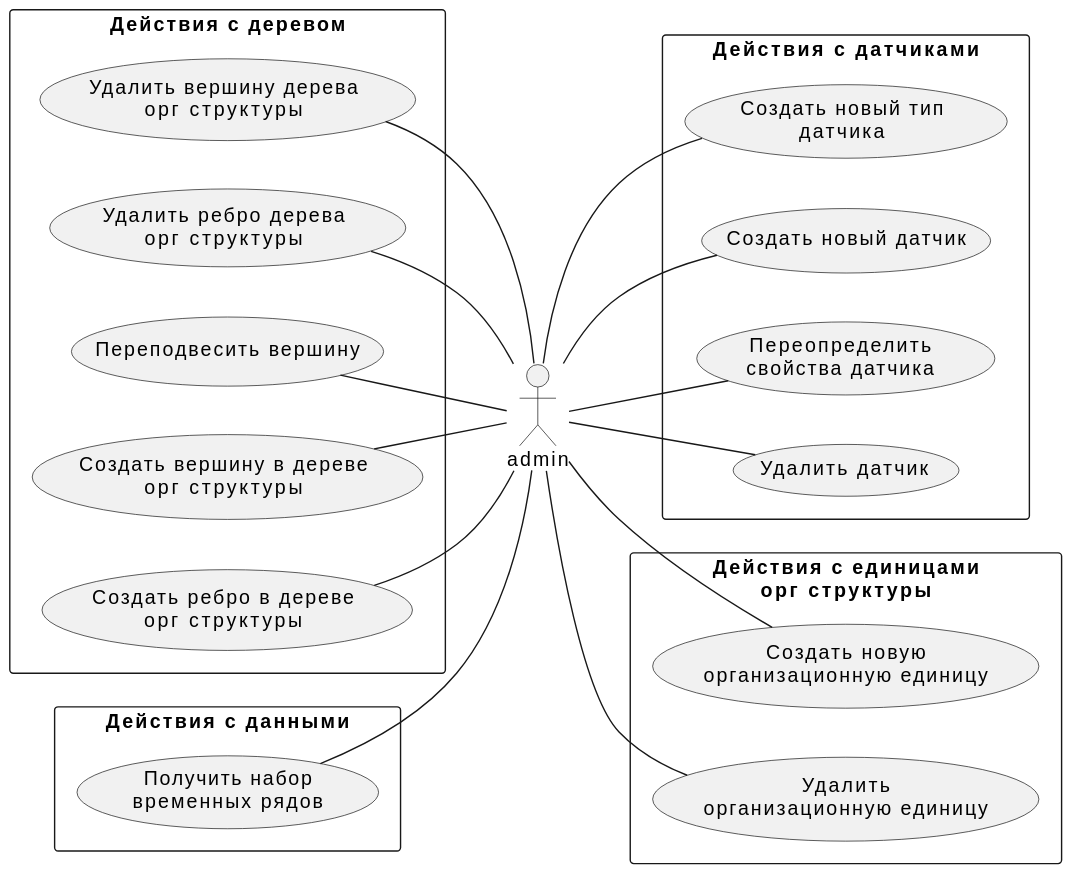
EngineerXL/diploma keeps this PlantUML diagram as img/usecases.svg. Above is the earlier version. The source it was exported from:
```plantuml
@startuml
left to right direction
skinparam packageStyle rect

actor admin

rectangle "Действия с деревом" {
  admin -up- (Создать ребро в дереве\nорг структуры)
  admin -up- (Создать вершину в дереве\nорг структуры)
  admin -up- (Переподвесить вершину)
  admin -up- (Удалить ребро дерева\nорг структуры)
  admin -up- (Удалить вершину дерева\nорг структуры)
}

rectangle "Действия с данными" {
  admin -up- (Получить набор\nвременных рядов)
}

rectangle "Действия с датчиками" {
  admin -down- (Создать новый тип\nдатчика)
  admin -down- (Создать новый датчик)
  admin -down- (Переопределить\nсвойства датчика)
  admin -down- (Удалить датчик)
}

rectangle "Действия с единицами\nорг структуры" {
  admin -down- (Создать новую\nорганизационную единицу)
  admin -down- (Удалить\nорганизационную единицу)
}
@enduml
```
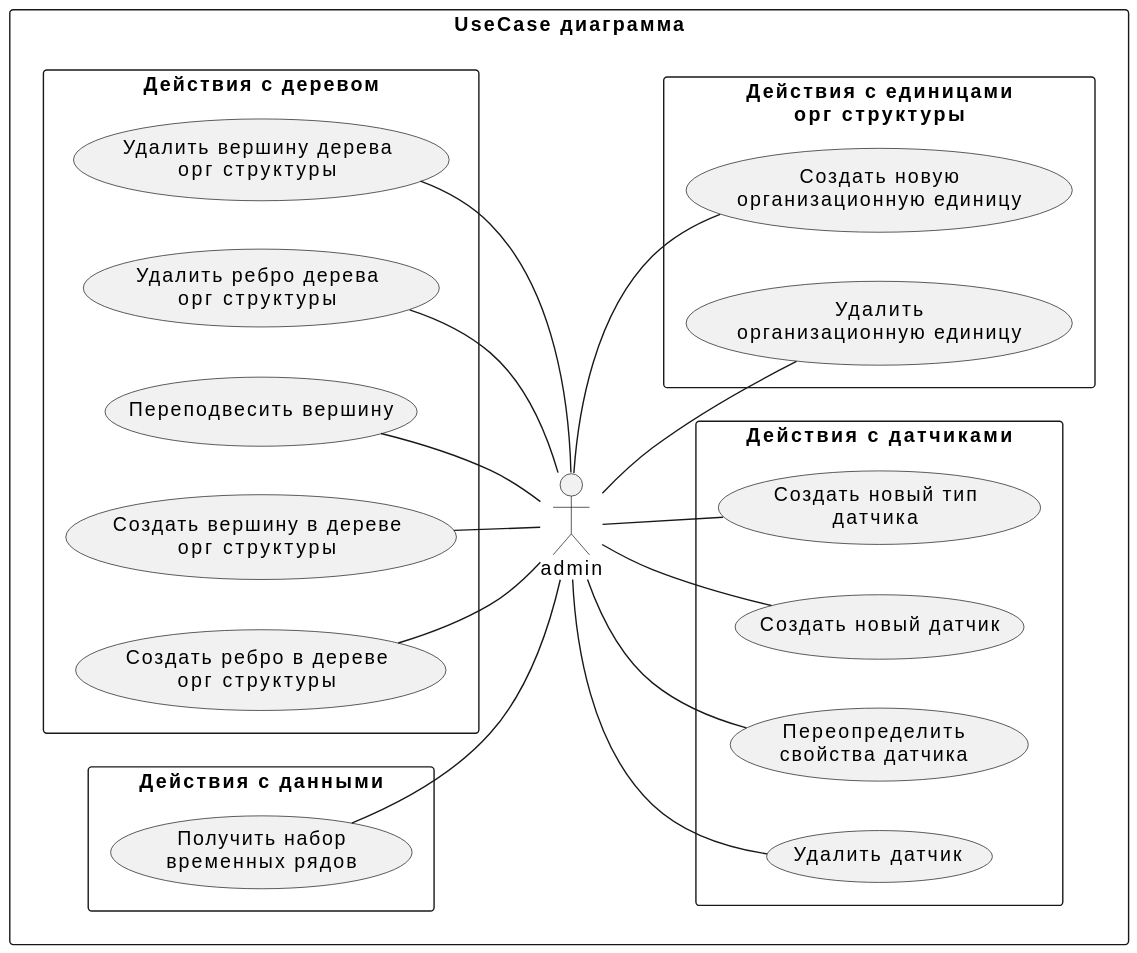
Later version of the same file.

Change to the diagram source:
```diff
@@ -2,29 +2,31 @@
 left to right direction
 skinparam packageStyle rect
 
-actor admin
+rectangle "UseCase диаграмма"{
+  actor admin
 
-rectangle "Действия с деревом" {
-  admin -up- (Создать ребро в дереве\nорг структуры)
-  admin -up- (Создать вершину в дереве\nорг структуры)
-  admin -up- (Переподвесить вершину)
-  admin -up- (Удалить ребро дерева\nорг структуры)
-  admin -up- (Удалить вершину дерева\nорг структуры)
-}
+  rectangle "Действия с деревом" {
+    admin -up- (Создать ребро в дереве\nорг структуры)
+    admin -up- (Создать вершину в дереве\nорг структуры)
+    admin -up- (Переподвесить вершину)
+    admin -up- (Удалить ребро дерева\nорг структуры)
+    admin -up- (Удалить вершину дерева\nорг структуры)
+  }
 
-rectangle "Действия с данными" {
-  admin -up- (Получить набор\nвременных рядов)
-}
+  rectangle "Действия с данными" {
+    admin -up- (Получить набор\nвременных рядов)
+  }
 
-rectangle "Действия с датчиками" {
-  admin -down- (Создать новый тип\nдатчика)
-  admin -down- (Создать новый датчик)
-  admin -down- (Переопределить\nсвойства датчика)
-  admin -down- (Удалить датчик)
-}
+  rectangle "Действия с датчиками" {
+    admin -down- (Создать новый тип\nдатчика)
+    admin -down- (Создать новый датчик)
+    admin -down- (Переопределить\nсвойства датчика)
+    admin -down- (Удалить датчик)
+  }
 
-rectangle "Действия с единицами\nорг структуры" {
-  admin -down- (Создать новую\nорганизационную единицу)
-  admin -down- (Удалить\nорганизационную единицу)
+  rectangle "Действия с единицами\nорг структуры" {
+    admin -down- (Создать новую\nорганизационную единицу)
+    admin -down- (Удалить\nорганизационную единицу)
+  }
 }
 @enduml
```
